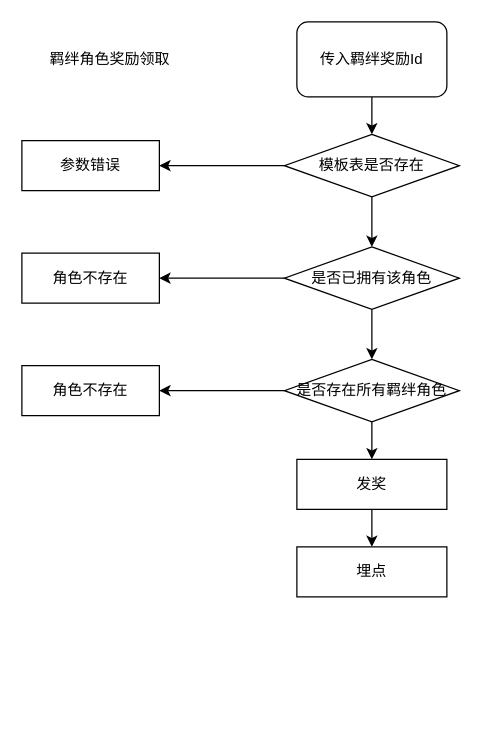
Ordertiny/graph keeps this draw.io diagram as SSJJ2/局外系统.drawio. Above is the earlier version. Source tidied: cells renumbered, new cells numbered last; positions are measured from the earlier drawing's top-left corner, leaving out a move shared by most shapes. Both pictures are drawn from the tidied source at 125%, with x=0, y=0 at pixel (21, 21).
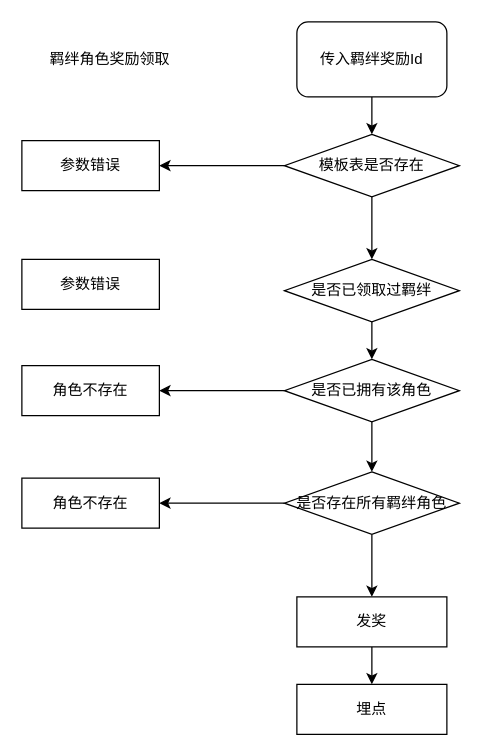
Above is the later version.

Commit message:
更新局外系统.drawio

Unchanged cells that the change refers to:
```xml
<mxCell id="7" value="模板表是否存在" style="rhombus;whiteSpace=wrap;html=1;" parent="1" vertex="1">
  <mxGeometry x="210" y="90" width="140" height="50" as="geometry" />
</mxCell>
```

Diff of the diagram source:
```diff
@@
-    <mxCell id="6" style="edgeStyle=orthogonalEdgeStyle;rounded=0;jettySize=auto;html=1;exitX=0.5;exitY=1;exitDx=0;exitDy=0;" parent="1" edge="1" source="7" target="10">
+    <mxCell id="6" style="edgeStyle=orthogonalEdgeStyle;rounded=0;jettySize=auto;html=1;exitX=0.5;exitY=1;exitDx=0;exitDy=0;entryX=0.5;entryY=0;entryDx=0;entryDy=0;" parent="1" edge="1" source="7" target="21">
       <mxGeometry relative="1" as="geometry" />
     </mxCell>
@@
     <mxCell id="10" value="是否已拥有该角色" style="rhombus;whiteSpace=wrap;html=1;" parent="1" vertex="1">
-      <mxGeometry x="210" y="180" width="140" height="50" as="geometry" />
+      <mxGeometry x="210" y="270" width="140" height="50" as="geometry" />
     </mxCell>
@@
     <mxCell id="13" value="是否存在所有羁绊角色" style="rhombus;whiteSpace=wrap;html=1;" parent="1" vertex="1">
-      <mxGeometry x="210" y="270" width="140" height="50" as="geometry" />
+      <mxGeometry x="210" y="360" width="140" height="50" as="geometry" />
     </mxCell>
@@
     <mxCell id="16" value="发奖" style="rounded=0;whiteSpace=wrap;html=1;" parent="1" vertex="1">
-      <mxGeometry x="220" y="350" width="120" height="40" as="geometry" />
+      <mxGeometry x="220" y="460" width="120" height="40" as="geometry" />
     </mxCell>
     <mxCell id="17" value="埋点" style="rounded=0;whiteSpace=wrap;html=1;" parent="1" vertex="1">
-      <mxGeometry x="220" y="420" width="120" height="40" as="geometry" />
+      <mxGeometry x="220" y="530" width="120" height="40" as="geometry" />
     </mxCell>
     <mxCell id="18" value="角色不存在" style="whiteSpace=wrap;html=1;" parent="1" vertex="1">
-      <mxGeometry y="185" width="110" height="40" as="geometry" />
+      <mxGeometry y="275" width="110" height="40" as="geometry" />
     </mxCell>
     <mxCell id="19" value="角色不存在" style="whiteSpace=wrap;html=1;" parent="1" vertex="1">
-      <mxGeometry y="275" width="110" height="40" as="geometry" />
+      <mxGeometry y="365" width="110" height="40" as="geometry" />
     </mxCell>
+    <mxCell id="20" style="edgeStyle=orthogonalEdgeStyle;rounded=0;jettySize=auto;html=1;exitX=0.5;exitY=1;exitDx=0;exitDy=0;entryX=0.5;entryY=0;entryDx=0;entryDy=0;" parent="1" edge="1" source="21" target="10">
+      <mxGeometry relative="1" as="geometry" />
+    </mxCell>
+    <mxCell id="21" value="是否已领取过羁绊" style="rhombus;whiteSpace=wrap;html=1;" parent="1" vertex="1">
+      <mxGeometry x="210" y="190" width="140" height="50" as="geometry" />
+    </mxCell>
+    <mxCell id="22" value="参数错误" style="whiteSpace=wrap;html=1;" parent="1" vertex="1">
+      <mxGeometry y="190" width="110" height="40" as="geometry" />
+    </mxCell>
```
